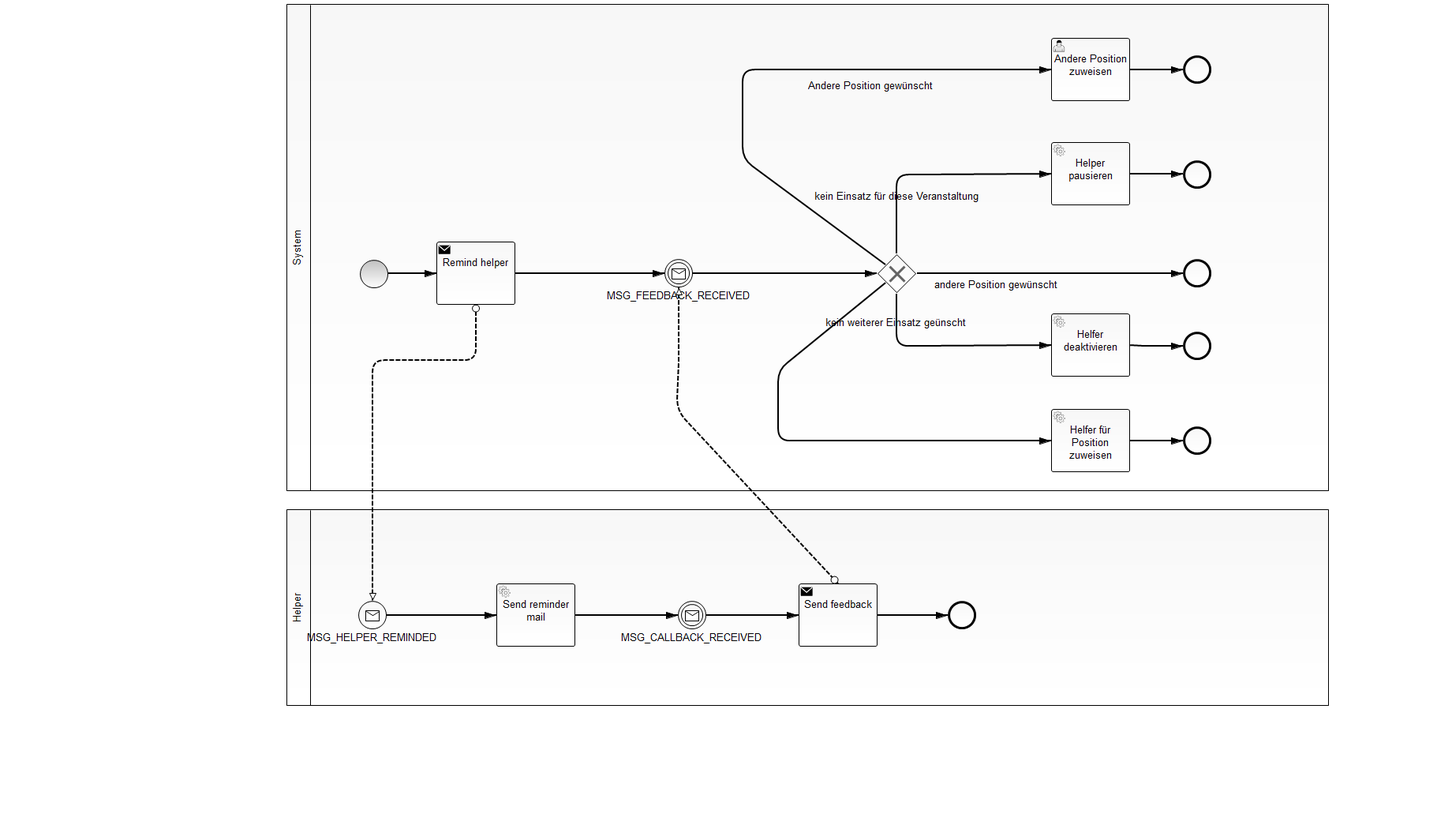
Above: resourceplanning-bpm/src/main/resources/RequestHelp.png in gheddie/speedys-resourceplanning (BPMN), before the change. Its source is kept beside it as resourceplanning-bpm/src/main/resources/RequestHelp.bpmn. Ids are renumbered.
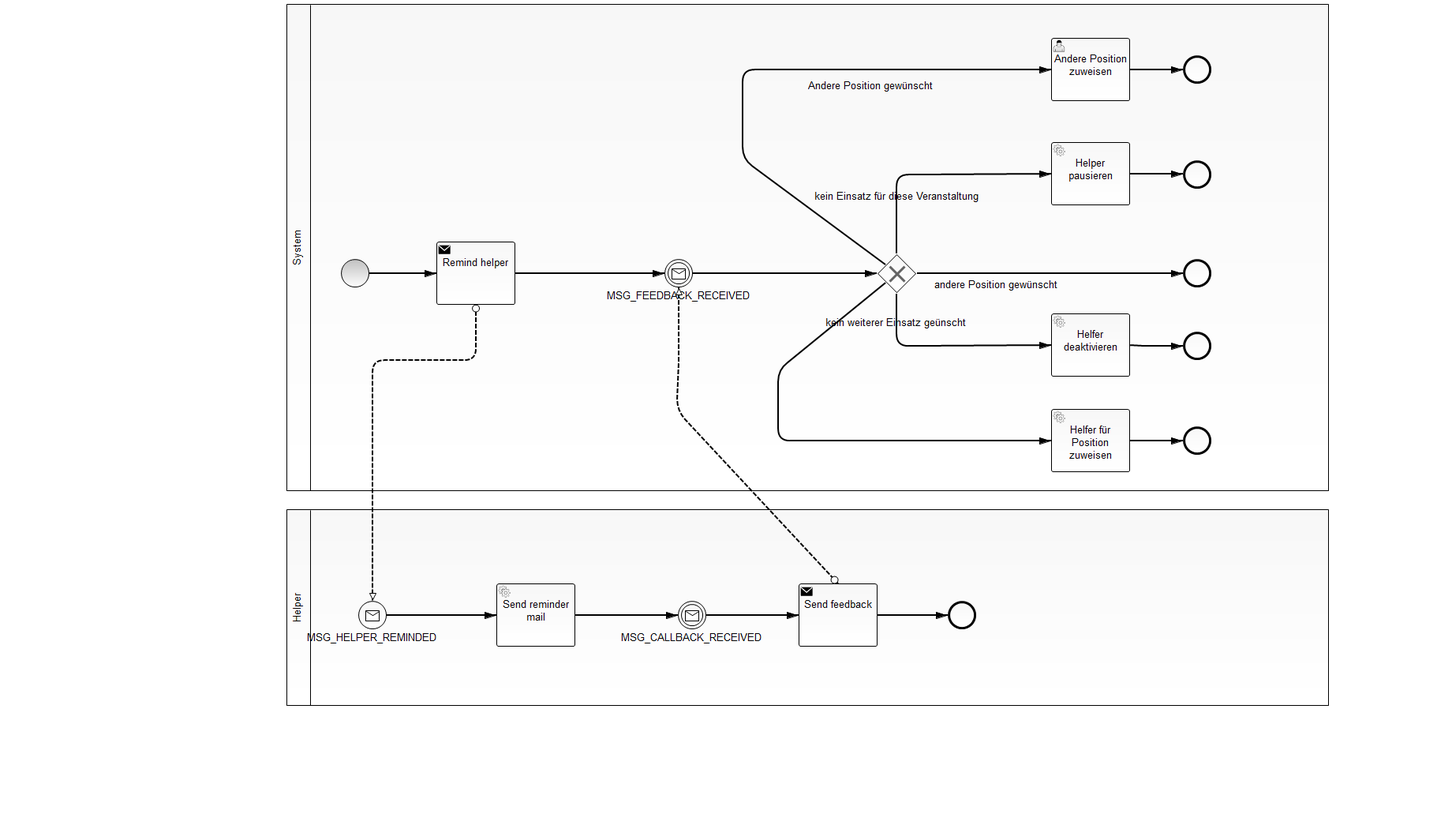
The same file after the commit.

The edit, as a diff of the source:
```diff
@@ -105,19 +105,19 @@
         <dc:Bounds height="617.0" width="1321.0" x="363.0" y="0.0"/>
       </bpmndi:BPMNShape>
       <bpmndi:BPMNShape id="_BPMNShape_StartEvent_2" bpmnElement="StartEvent_1">
-        <dc:Bounds height="36.0" width="36.0" x="456.0" y="324.0"/>
+        <dc:Bounds height="36.0" width="36.0" x="432.0" y="323.0"/>
         <bpmndi:BPMNLabel>
-          <dc:Bounds height="0.0" width="0.0" x="474.0" y="360.0"/>
+          <dc:Bounds height="0.0" width="0.0" x="450.0" y="359.0"/>
         </bpmndi:BPMNLabel>
       </bpmndi:BPMNShape>
       <bpmndi:BPMNShape id="Participant_n3_di" bpmnElement="Participant_n3" isHorizontal="false">
         <dc:Bounds height="249.0" width="1321.0" x="363.0" y="640.0"/>
       </bpmndi:BPMNShape>
       <bpmndi:BPMNEdge id="SequenceFlow_n10_di" bpmnElement="SequenceFlow_n10">
-        <di:waypoint xsi:type="dc:Point" x="492.0" y="342.0"/>
+        <di:waypoint xsi:type="dc:Point" x="468.0" y="341.0"/>
         <di:waypoint xsi:type="dc:Point" x="553.0" y="341.0"/>
         <bpmndi:BPMNLabel>
-          <dc:Bounds height="0.0" width="0.0" x="517.0" y="332.0"/>
+          <dc:Bounds height="0.0" width="0.0" x="493.0" y="331.0"/>
         </bpmndi:BPMNLabel>
       </bpmndi:BPMNEdge>
       <bpmndi:BPMNShape id="SendTask_n5_di" bpmnElement="SendTask_n5">
```
